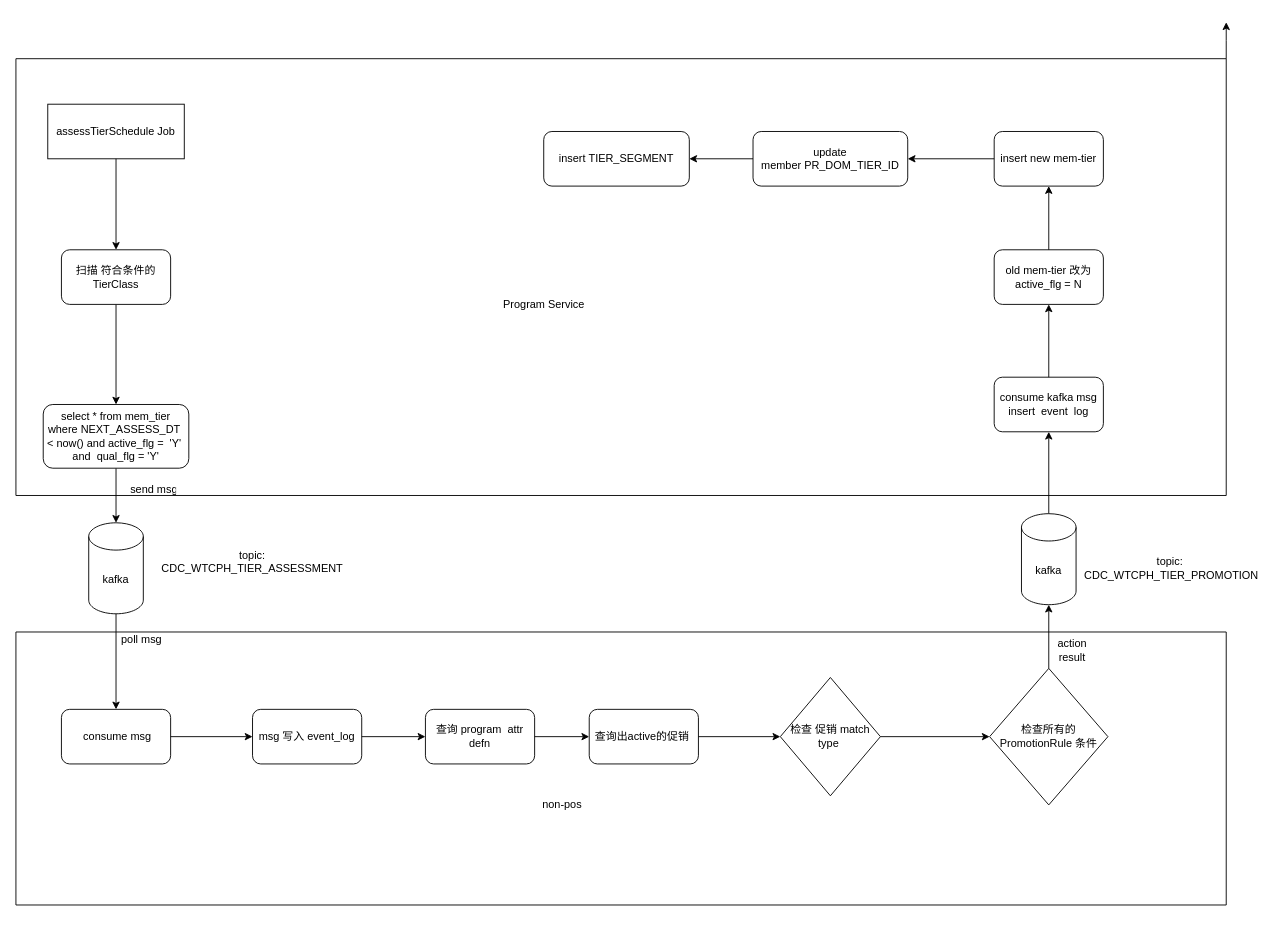
The draw.io diagram tie升级.drawio in lukelongcn/drawio, before the edit. Source tidied: cells renumbered, new cells numbered last; positions are measured from the earlier drawing's top-left corner, leaving out a move shared by most shapes. Both pictures are drawn from the tidied source at 91%, with x=0, y=0 at pixel (15, 22).
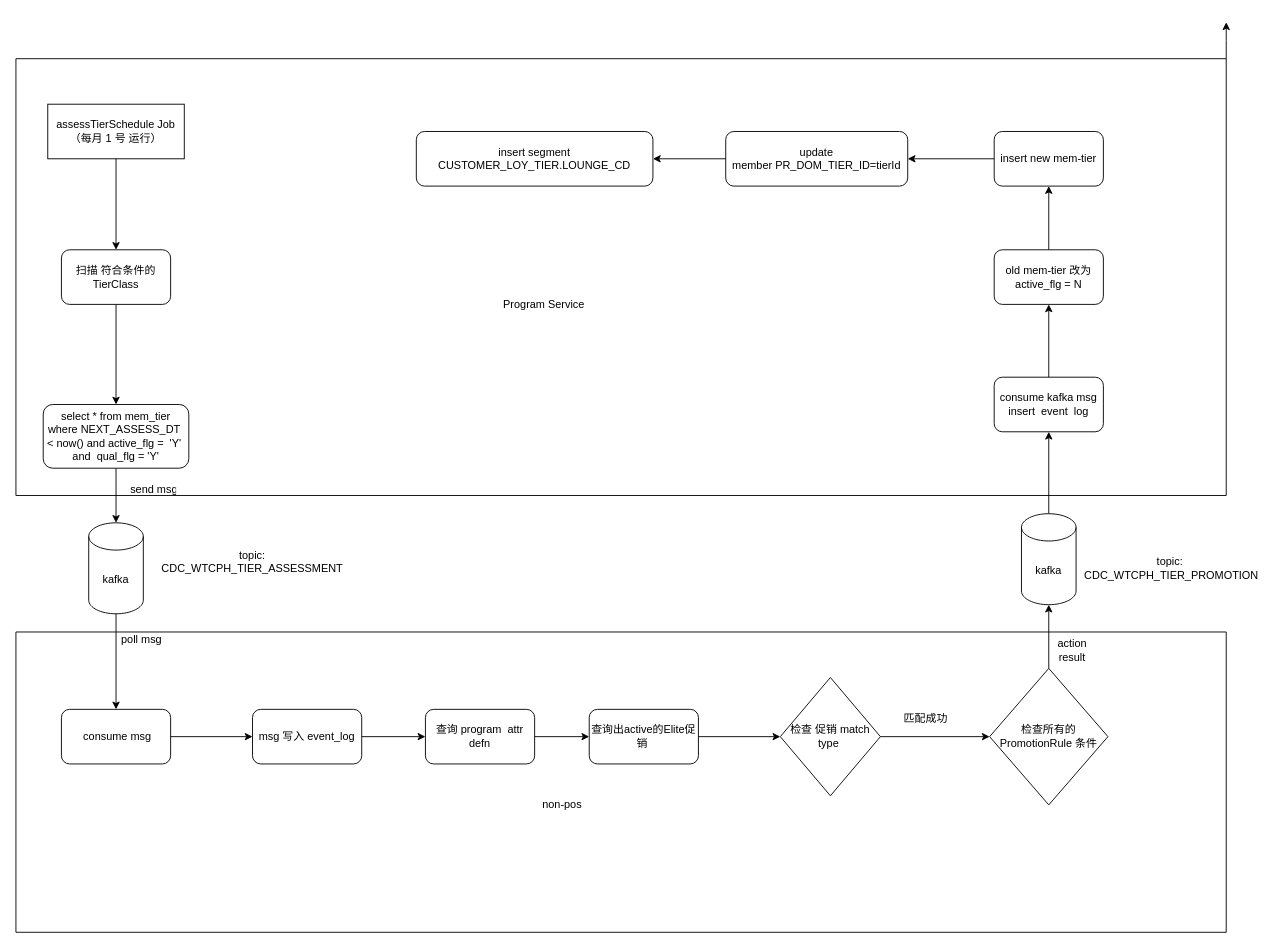
After the change.

Unchanged cells that the change refers to:
```xml
<mxCell id="15" style="swimlane;startSize=0;fillColor=none;align=center;verticalAlign=middle;" parent="1" vertex="1">
  <mxGeometry y="40" width="1330" height="480" as="geometry" />
</mxCell>
```

The edit, as a diff of the source:
```diff
@@
-    <mxCell id="16" value="assessTierSchedule&amp;nbsp;Job" style="rounded=0;whiteSpace=wrap;html=1;" parent="15" vertex="1">
+    <mxCell id="16" value="assessTierSchedule&amp;nbsp;Job&lt;br&gt;（每月 1 号 运行）" style="rounded=0;whiteSpace=wrap;html=1;" parent="15" vertex="1">
       <mxGeometry x="35" y="50" width="150" height="60" as="geometry" />
     </mxCell>
@@
-    <mxCell id="25" value="update member&amp;nbsp;PR_DOM_TIER_ID" style="rounded=1;whiteSpace=wrap;html=1;fillColor=none;align=center;verticalAlign=middle;" parent="15" vertex="1">
-      <mxGeometry x="810" y="80" width="170" height="60" as="geometry" />
+    <mxCell id="25" value="update member&amp;nbsp;PR_DOM_TIER_ID=tierId" style="rounded=1;whiteSpace=wrap;html=1;fillColor=none;align=center;verticalAlign=middle;" parent="15" vertex="1">
+      <mxGeometry x="780" y="80" width="200" height="60" as="geometry" />
     </mxCell>
@@
-    <mxCell id="28" value="insert&amp;nbsp;TIER_SEGMENT" style="rounded=1;whiteSpace=wrap;html=1;fillColor=none;align=center;verticalAlign=middle;" parent="15" vertex="1">
-      <mxGeometry x="580" y="80" width="160" height="60" as="geometry" />
+    <mxCell id="28" value="insert segment&lt;br&gt;CUSTOMER_LOY_TIER.LOUNGE_CD" style="rounded=1;whiteSpace=wrap;html=1;fillColor=none;align=center;verticalAlign=middle;" parent="15" vertex="1">
+      <mxGeometry x="440" y="80" width="260" height="60" as="geometry" />
     </mxCell>
     <mxCell id="29" style="swimlane;startSize=0;fillColor=none;align=center;verticalAlign=middle;" parent="1" vertex="1">
-      <mxGeometry y="670" width="1330" height="300" as="geometry" />
+      <mxGeometry y="670" width="1330" height="330" as="geometry" />
     </mxCell>
@@
-    <mxCell id="33" value="查询出active的促销&amp;nbsp;" style="rounded=1;whiteSpace=wrap;html=1;fillColor=none;align=center;verticalAlign=middle;" parent="29" vertex="1">
+    <mxCell id="33" value="查询出active的Elite促销&amp;nbsp;" style="rounded=1;whiteSpace=wrap;html=1;fillColor=none;align=center;verticalAlign=middle;" parent="29" vertex="1">
       <mxGeometry x="630" y="85" width="120" height="60" as="geometry" />
     </mxCell>
@@
+    <mxCell id="43" value="匹配成功" style="text;html=1;strokeColor=none;fillColor=none;align=center;verticalAlign=middle;whiteSpace=wrap;rounded=0;" parent="1" vertex="1">
+      <mxGeometry x="970" y="755" width="60" height="20" as="geometry" />
+    </mxCell>
```
